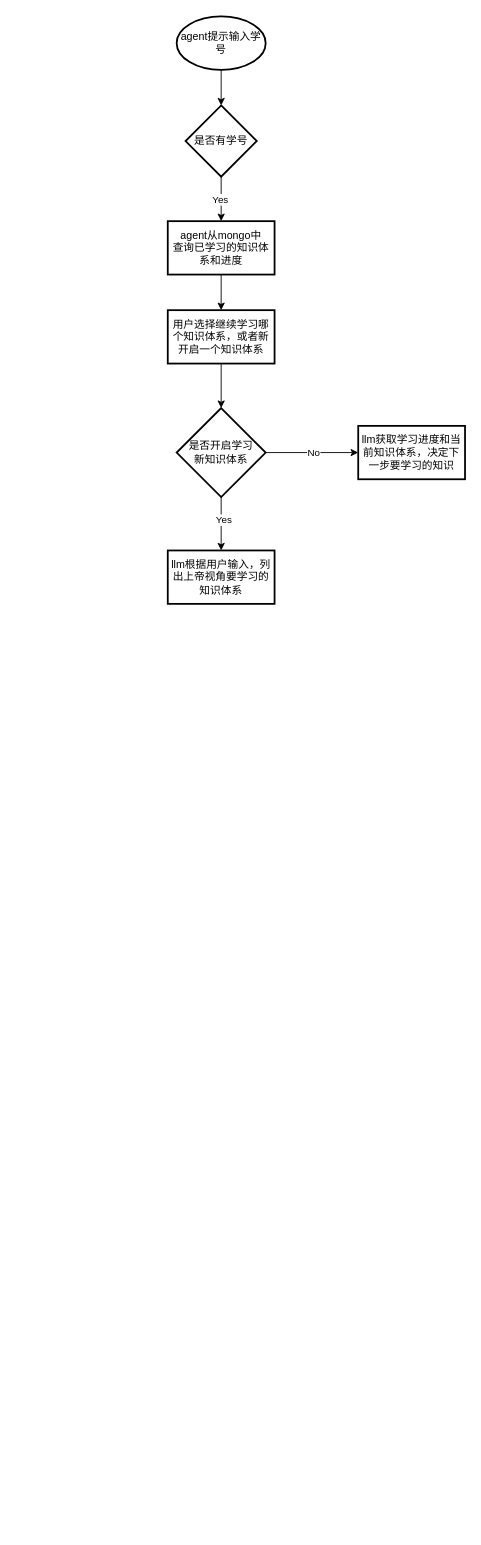
Earlier version of the draw.io diagram teacher_agent.drawio (deanzz/blog). Source tidied: cells renumbered, new cells numbered last; positions are measured from the earlier drawing's top-left corner, leaving out a move shared by most shapes. Both pictures are drawn from the tidied source at 89%, with x=0, y=0 at pixel (167, 16).
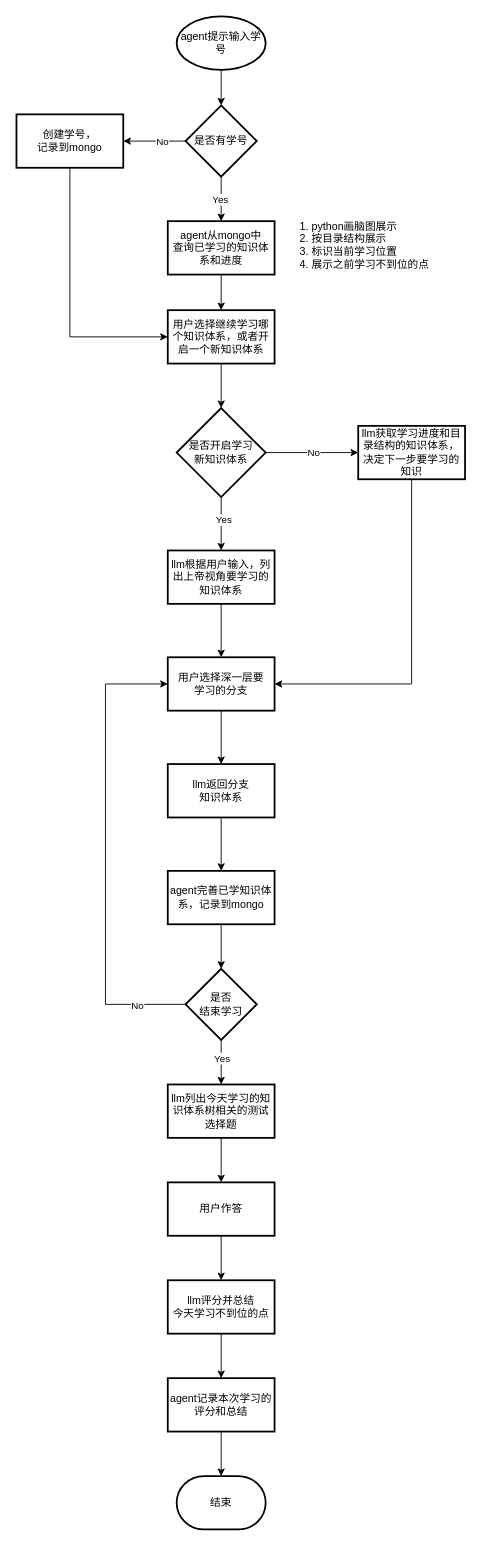
After the change.

The change refers to these unchanged cells:
```xml
<mxCell id="6" value="是否有学号" style="rhombus;whiteSpace=wrap;html=1;strokeWidth=2;" parent="1" vertex="1">
  <mxGeometry x="20" y="100" width="80" height="80" as="geometry" />
</mxCell>
<mxCell id="17" value="llm根据用户输入，列出上帝视角要学习的知识体系" style="whiteSpace=wrap;html=1;strokeWidth=2;" parent="1" vertex="1">
  <mxGeometry y="600" width="120" height="60" as="geometry" />
</mxCell>
```

The edit, as a diff of the source:
```diff
@@
+    <mxCell id="18" style="edgeStyle=orthogonalEdgeStyle;rounded=0;jettySize=auto;html=1;" parent="1" edge="1" source="6" target="43">
+      <mxGeometry relative="1" as="geometry" />
+    </mxCell>
+    <mxCell id="19" value="No" style="edgeLabel;html=1;align=center;verticalAlign=middle;" parent="18" vertex="1">
+      <mxGeometry x="-0.23" y="3" relative="1" as="geometry">
+        <mxPoint y="-3" as="offset" />
+      </mxGeometry>
+    </mxCell>
@@
+    <mxCell id="20" style="edgeStyle=orthogonalEdgeStyle;rounded=0;jettySize=auto;html=1;exitX=0.5;exitY=1;exitDx=0;exitDy=0;entryX=1;entryY=0.5;entryDx=0;entryDy=0;" parent="1" edge="1" source="9" target="23">
+      <mxGeometry relative="1" as="geometry" />
+    </mxCell>
-    <mxCell id="9" value="llm获取学习进度和当前知识体系，决定下一步要学习的知识" style="whiteSpace=wrap;html=1;strokeWidth=2;" parent="1" vertex="1">
+    <mxCell id="9" value="llm获取学习进度和目录结构的知识体系，决定下一步要学习的知识" style="whiteSpace=wrap;html=1;strokeWidth=2;" parent="1" vertex="1">
       <mxGeometry x="214" y="460" width="120" height="60" as="geometry" />
     </mxCell>
@@
-    <mxCell id="11" value="用户选择继续学习哪个知识体系，或者新开启一个知识体系" style="whiteSpace=wrap;html=1;strokeWidth=2;" parent="1" vertex="1">
+    <mxCell id="11" value="用户选择继续学习哪个知识体系，或者开启一个新知识体系" style="whiteSpace=wrap;html=1;strokeWidth=2;" parent="1" vertex="1">
       <mxGeometry y="330" width="120" height="60" as="geometry" />
     </mxCell>
@@
+    <mxCell id="21" style="edgeStyle=orthogonalEdgeStyle;rounded=0;jettySize=auto;html=1;" parent="1" edge="1" source="17" target="23">
+      <mxGeometry relative="1" as="geometry" />
+    </mxCell>
@@
+    <mxCell id="22" style="edgeStyle=orthogonalEdgeStyle;rounded=0;jettySize=auto;html=1;exitX=0.5;exitY=1;exitDx=0;exitDy=0;entryX=0.5;entryY=0;entryDx=0;entryDy=0;" parent="1" edge="1" source="23" target="25">
+      <mxGeometry relative="1" as="geometry" />
+    </mxCell>
+    <mxCell id="23" value="用户选择深一层要&lt;div&gt;学习的分支&lt;/div&gt;" style="whiteSpace=wrap;html=1;strokeWidth=2;" parent="1" vertex="1">
+      <mxGeometry y="720" width="120" height="60" as="geometry" />
+    </mxCell>
+    <mxCell id="24" style="edgeStyle=orthogonalEdgeStyle;rounded=0;jettySize=auto;html=1;exitX=0.5;exitY=1;exitDx=0;exitDy=0;entryX=0.5;entryY=0;entryDx=0;entryDy=0;" parent="1" edge="1" source="25" target="38">
+      <mxGeometry relative="1" as="geometry" />
+    </mxCell>
+    <mxCell id="25" value="llm返回分支&lt;div&gt;知识体系&lt;/div&gt;" style="whiteSpace=wrap;html=1;strokeWidth=2;" parent="1" vertex="1">
+      <mxGeometry y="840" width="120" height="60" as="geometry" />
+    </mxCell>
+    <mxCell id="26" style="edgeStyle=orthogonalEdgeStyle;rounded=0;jettySize=auto;html=1;exitX=0;exitY=0.5;exitDx=0;exitDy=0;entryX=0;entryY=0.5;entryDx=0;entryDy=0;" parent="1" edge="1" source="30" target="23">
+      <mxGeometry relative="1" as="geometry">
+        <Array as="points">
+          <mxPoint x="-70" y="1110" />
+          <mxPoint x="-70" y="750" />
+        </Array>
+      </mxGeometry>
+    </mxCell>
+    <mxCell id="27" value="No" style="edgeLabel;html=1;align=center;verticalAlign=middle;" parent="26" vertex="1">
+      <mxGeometry x="-0.79" y="1" relative="1" as="geometry" />
+    </mxCell>
+    <mxCell id="28" style="edgeStyle=orthogonalEdgeStyle;rounded=0;jettySize=auto;html=1;" parent="1" edge="1" source="30" target="32">
+      <mxGeometry relative="1" as="geometry" />
+    </mxCell>
+    <mxCell id="29" value="Yes" style="edgeLabel;html=1;align=center;verticalAlign=middle;" parent="28" vertex="1">
+      <mxGeometry x="0.04" y="1" relative="1" as="geometry">
+        <mxPoint x="-1" y="-6" as="offset" />
+      </mxGeometry>
+    </mxCell>
+    <mxCell id="30" value="是否&lt;div&gt;结束学习&lt;/div&gt;" style="rhombus;whiteSpace=wrap;html=1;strokeWidth=2;" parent="1" vertex="1">
+      <mxGeometry x="20" y="1070" width="80" height="80" as="geometry" />
+    </mxCell>
+    <mxCell id="31" style="edgeStyle=orthogonalEdgeStyle;rounded=0;jettySize=auto;html=1;" parent="1" edge="1" source="32" target="34">
+      <mxGeometry relative="1" as="geometry" />
+    </mxCell>
+    <mxCell id="32" value="llm列出今天学习的知识体系树相关的测试选择题" style="whiteSpace=wrap;html=1;strokeWidth=2;" parent="1" vertex="1">
+      <mxGeometry y="1200" width="120" height="60" as="geometry" />
+    </mxCell>
+    <mxCell id="33" style="edgeStyle=orthogonalEdgeStyle;rounded=0;jettySize=auto;html=1;" parent="1" edge="1" source="34" target="36">
+      <mxGeometry relative="1" as="geometry" />
+    </mxCell>
+    <mxCell id="34" value="用户作答" style="whiteSpace=wrap;html=1;strokeWidth=2;" parent="1" vertex="1">
+      <mxGeometry y="1310" width="120" height="60" as="geometry" />
+    </mxCell>
+    <mxCell id="35" style="edgeStyle=orthogonalEdgeStyle;rounded=0;jettySize=auto;html=1;" parent="1" edge="1" source="36" target="40">
+      <mxGeometry relative="1" as="geometry" />
+    </mxCell>
+    <mxCell id="36" value="llm评分并总结&lt;div&gt;今天学习不到位的点&lt;/div&gt;" style="whiteSpace=wrap;html=1;strokeWidth=2;" parent="1" vertex="1">
+      <mxGeometry y="1420" width="120" height="60" as="geometry" />
+    </mxCell>
+    <mxCell id="37" style="edgeStyle=orthogonalEdgeStyle;rounded=0;jettySize=auto;html=1;exitX=0.5;exitY=1;exitDx=0;exitDy=0;entryX=0.5;entryY=0;entryDx=0;entryDy=0;" parent="1" edge="1" source="38" target="30">
+      <mxGeometry relative="1" as="geometry" />
+    </mxCell>
+    <mxCell id="38" value="agent完善已学知识体系，记录到mongo" style="whiteSpace=wrap;html=1;strokeWidth=2;" parent="1" vertex="1">
+      <mxGeometry y="960" width="120" height="60" as="geometry" />
+    </mxCell>
+    <mxCell id="39" style="edgeStyle=orthogonalEdgeStyle;rounded=0;jettySize=auto;html=1;exitX=0.5;exitY=1;exitDx=0;exitDy=0;" parent="1" edge="1" source="40" target="41">
+      <mxGeometry relative="1" as="geometry" />
+    </mxCell>
+    <mxCell id="40" value="agent记录本次学习的评分和总结" style="whiteSpace=wrap;html=1;strokeWidth=2;" parent="1" vertex="1">
+      <mxGeometry y="1530" width="120" height="60" as="geometry" />
+    </mxCell>
+    <mxCell id="41" value="结束" style="strokeWidth=2;html=1;shape=mxgraph.flowchart.terminator;whiteSpace=wrap;" parent="1" vertex="1">
+      <mxGeometry x="10" y="1640" width="100" height="60" as="geometry" />
+    </mxCell>
+    <mxCell id="42" style="edgeStyle=orthogonalEdgeStyle;rounded=0;jettySize=auto;html=1;exitX=0.5;exitY=1;exitDx=0;exitDy=0;entryX=0;entryY=0.5;entryDx=0;entryDy=0;" parent="1" edge="1" source="43" target="11">
+      <mxGeometry relative="1" as="geometry" />
+    </mxCell>
+    <mxCell id="43" value="创建学号，&lt;div&gt;记录到mongo&lt;/div&gt;" style="whiteSpace=wrap;html=1;strokeWidth=2;" parent="1" vertex="1">
+      <mxGeometry x="-170" y="110" width="120" height="60" as="geometry" />
+    </mxCell>
+    <mxCell id="44" value="&lt;ol&gt;&lt;li&gt;python画脑图展示&lt;/li&gt;&lt;li&gt;按目录结构展示&lt;/li&gt;&lt;li&gt;标识当前学习位置&lt;/li&gt;&lt;li&gt;展示之前学习不到位的点&lt;/li&gt;&lt;/ol&gt;" style="text;strokeColor=none;fillColor=none;html=1;whiteSpace=wrap;verticalAlign=top;overflow=hidden;horizontal=1;spacingTop=0;" parent="1" vertex="1">
+      <mxGeometry x="120" y="210" width="180" height="80" as="geometry" />
+    </mxCell>
```
